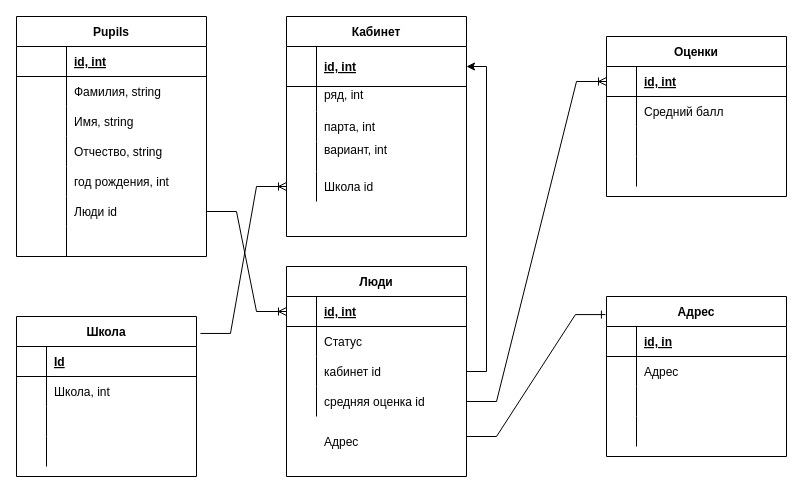
Before: workshop1/BaseDate.drawio in AbubakirovRA/Base_Data, a draw.io diagram. Source tidied: cells renumbered, new cells numbered last; positions are measured from the earlier drawing's top-left corner, leaving out a move shared by most shapes. Both pictures are drawn from the tidied source at 100%, with x=0, y=0 at pixel (16, 16).
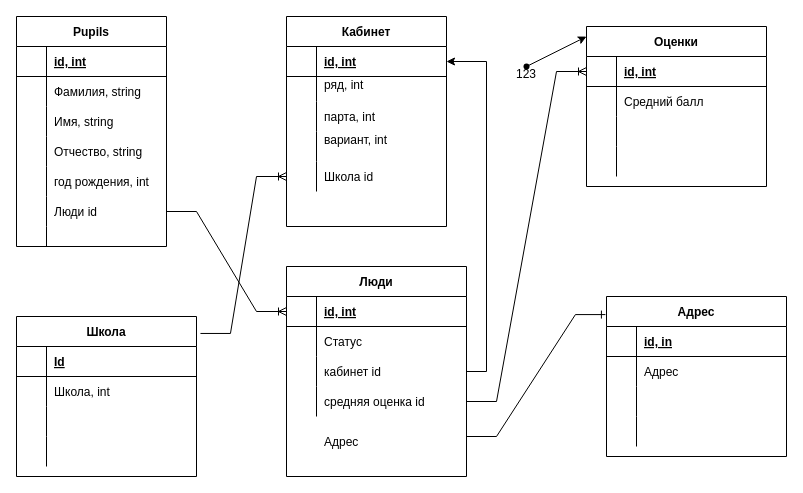
The same page after the edit.

The edit, as a diff of the source:
```diff
@@
     <mxCell id="2" value="Кабинет" style="shape=table;startSize=30;childLayout=tableLayout;rowLines=0;fontStyle=1;align=center;" parent="1" vertex="1">
-      <mxGeometry x="270" width="180" height="220" as="geometry" />
+      <mxGeometry x="270" width="160" height="210" as="geometry" />
     </mxCell>
     <mxCell id="3" style="shape=partialRectangle;fillColor=none;top=0;left=0;bottom=1;right=0;points=[[0,0.5],[1,0.5]];portConstraint=eastwest;" parent="2" vertex="1">
-      <mxGeometry y="30" width="180" height="40" as="geometry" />
+      <mxGeometry y="30" width="160" height="30" as="geometry" />
     </mxCell>
     <mxCell id="4" style="shape=partialRectangle;fillColor=none;top=0;left=0;bottom=0;right=0;fontStyle=1;overflow=hidden;" parent="3" vertex="1">
-      <mxGeometry width="30" height="40" as="geometry" />
+      <mxGeometry width="30" height="30" as="geometry" />
     </mxCell>
     <mxCell id="5" value="id, int" style="shape=partialRectangle;fillColor=none;top=0;left=0;bottom=0;right=0;align=left;spacingLeft=6;fontStyle=5;overflow=hidden;" parent="3" vertex="1">
-      <mxGeometry x="30" width="150" height="40" as="geometry" />
+      <mxGeometry x="30" width="130" height="30" as="geometry" />
     </mxCell>
     <mxCell id="6" style="shape=partialRectangle;fillColor=none;top=0;left=0;bottom=0;right=0;" parent="2" vertex="1">
-      <mxGeometry y="70" width="180" height="25" as="geometry" />
+      <mxGeometry y="60" width="160" height="25" as="geometry" />
     </mxCell>
@@
     <mxCell id="8" value="ряд, int&#10;" style="shape=partialRectangle;fillColor=none;top=0;left=0;bottom=0;right=0;align=left;spacingLeft=6;overflow=hidden;" parent="6" vertex="1">
-      <mxGeometry x="30" width="150" height="25" as="geometry" />
+      <mxGeometry x="30" width="130" height="25" as="geometry" />
     </mxCell>
     <mxCell id="9" style="shape=partialRectangle;fillColor=none;top=0;left=0;bottom=0;right=0;" parent="2" vertex="1">
-      <mxGeometry y="95" width="180" height="30" as="geometry" />
+      <mxGeometry y="85" width="160" height="30" as="geometry" />
     </mxCell>
@@
     <mxCell id="11" value="парта, int" style="shape=partialRectangle;fillColor=none;top=0;left=0;bottom=0;right=0;align=left;spacingLeft=6;overflow=hidden;" parent="9" vertex="1">
-      <mxGeometry x="30" width="150" height="30" as="geometry" />
+      <mxGeometry x="30" width="130" height="30" as="geometry" />
     </mxCell>
     <mxCell id="12" style="shape=partialRectangle;fillColor=none;top=0;left=0;bottom=0;right=0;" parent="2" vertex="1">
-      <mxGeometry y="125" width="180" height="30" as="geometry" />
+      <mxGeometry y="115" width="160" height="30" as="geometry" />
     </mxCell>
@@
     <mxCell id="14" value=" вариант, int&#10;" style="shape=partialRectangle;fillColor=none;top=0;left=0;bottom=0;right=0;align=left;spacingLeft=6;overflow=hidden;" parent="12" vertex="1">
-      <mxGeometry x="30" width="150" height="30" as="geometry" />
+      <mxGeometry x="30" width="130" height="30" as="geometry" />
     </mxCell>
     <mxCell id="15" style="shape=partialRectangle;fillColor=none;top=0;left=0;bottom=0;right=0;points=[[0,0.5],[1,0.5]];portConstraint=eastwest;" parent="2" vertex="1">
-      <mxGeometry y="155" width="180" height="30" as="geometry" />
+      <mxGeometry y="145" width="160" height="30" as="geometry" />
     </mxCell>
@@
     <mxCell id="17" value="Школа id" style="shape=partialRectangle;fillColor=none;top=0;left=0;bottom=0;right=0;align=left;spacingLeft=6;overflow=hidden;" parent="15" vertex="1">
-      <mxGeometry x="30" width="150" height="30" as="geometry" />
+      <mxGeometry x="30" width="130" height="30" as="geometry" />
     </mxCell>
@@
     <mxCell id="19" value="Pupils" style="shape=table;startSize=30;childLayout=tableLayout;rowLines=0;fontStyle=1;align=center;" parent="1" vertex="1">
-      <mxGeometry width="190" height="240" as="geometry" />
+      <mxGeometry width="150" height="230" as="geometry" />
     </mxCell>
     <mxCell id="20" style="shape=partialRectangle;fillColor=none;top=0;left=0;bottom=1;right=0;" parent="19" vertex="1">
-      <mxGeometry y="30" width="190" height="30" as="geometry" />
+      <mxGeometry y="30" width="150" height="30" as="geometry" />
     </mxCell>
     <mxCell id="21" style="shape=partialRectangle;fillColor=none;top=0;left=0;bottom=0;right=0;fontStyle=1;overflow=hidden;" parent="20" vertex="1">
-      <mxGeometry width="50" height="30" as="geometry" />
+      <mxGeometry width="30" height="30" as="geometry" />
     </mxCell>
     <mxCell id="22" value="id, int" style="shape=partialRectangle;fillColor=none;top=0;left=0;bottom=0;right=0;align=left;spacingLeft=6;fontStyle=5;overflow=hidden;" parent="20" vertex="1">
-      <mxGeometry x="50" width="140" height="30" as="geometry" />
+      <mxGeometry x="30" width="120" height="30" as="geometry" />
     </mxCell>
     <mxCell id="23" style="shape=partialRectangle;fillColor=none;top=0;left=0;bottom=0;right=0;" parent="19" vertex="1">
-      <mxGeometry y="60" width="190" height="30" as="geometry" />
+      <mxGeometry y="60" width="150" height="30" as="geometry" />
     </mxCell>
     <mxCell id="24" style="shape=partialRectangle;fillColor=none;top=0;left=0;bottom=0;right=0;overflow=hidden;" parent="23" vertex="1">
-      <mxGeometry width="50" height="30" as="geometry" />
+      <mxGeometry width="30" height="30" as="geometry" />
     </mxCell>
     <mxCell id="25" value="Фамилия, string" style="shape=partialRectangle;fillColor=none;top=0;left=0;bottom=0;right=0;align=left;spacingLeft=6;overflow=hidden;" parent="23" vertex="1">
-      <mxGeometry x="50" width="140" height="30" as="geometry" />
+      <mxGeometry x="30" width="120" height="30" as="geometry" />
     </mxCell>
     <mxCell id="26" style="shape=partialRectangle;fillColor=none;top=0;left=0;bottom=0;right=0;" parent="19" vertex="1">
-      <mxGeometry y="90" width="190" height="30" as="geometry" />
+      <mxGeometry y="90" width="150" height="30" as="geometry" />
     </mxCell>
     <mxCell id="27" style="shape=partialRectangle;fillColor=none;top=0;left=0;bottom=0;right=0;overflow=hidden;" parent="26" vertex="1">
-      <mxGeometry width="50" height="30" as="geometry" />
+      <mxGeometry width="30" height="30" as="geometry" />
     </mxCell>
     <mxCell id="28" value="Имя, string" style="shape=partialRectangle;fillColor=none;top=0;left=0;bottom=0;right=0;align=left;spacingLeft=6;overflow=hidden;" parent="26" vertex="1">
-      <mxGeometry x="50" width="140" height="30" as="geometry" />
+      <mxGeometry x="30" width="120" height="30" as="geometry" />
     </mxCell>
     <mxCell id="29" style="shape=partialRectangle;fillColor=none;top=0;left=0;bottom=0;right=0;" parent="19" vertex="1">
-      <mxGeometry y="120" width="190" height="30" as="geometry" />
+      <mxGeometry y="120" width="150" height="30" as="geometry" />
     </mxCell>
     <mxCell id="30" style="shape=partialRectangle;fillColor=none;top=0;left=0;bottom=0;right=0;overflow=hidden;" parent="29" vertex="1">
-      <mxGeometry width="50" height="30" as="geometry" />
+      <mxGeometry width="30" height="30" as="geometry" />
     </mxCell>
     <mxCell id="31" value="Отчество, string" style="shape=partialRectangle;fillColor=none;top=0;left=0;bottom=0;right=0;align=left;spacingLeft=6;overflow=hidden;" parent="29" vertex="1">
-      <mxGeometry x="50" width="140" height="30" as="geometry" />
+      <mxGeometry x="30" width="120" height="30" as="geometry" />
     </mxCell>
     <mxCell id="32" style="shape=partialRectangle;fillColor=none;top=0;left=0;bottom=0;right=0;" parent="19" vertex="1">
-      <mxGeometry y="150" width="190" height="30" as="geometry" />
+      <mxGeometry y="150" width="150" height="30" as="geometry" />
     </mxCell>
     <mxCell id="33" style="shape=partialRectangle;fillColor=none;top=0;left=0;bottom=0;right=0;overflow=hidden;" parent="32" vertex="1">
-      <mxGeometry width="50" height="30" as="geometry" />
+      <mxGeometry width="30" height="30" as="geometry" />
     </mxCell>
     <mxCell id="34" value="год рождения, int" style="shape=partialRectangle;fillColor=none;top=0;left=0;bottom=0;right=0;align=left;spacingLeft=6;overflow=hidden;" parent="32" vertex="1">
-      <mxGeometry x="50" width="140" height="30" as="geometry" />
+      <mxGeometry x="30" width="120" height="30" as="geometry" />
     </mxCell>
     <mxCell id="35" style="shape=partialRectangle;fillColor=none;top=0;left=0;bottom=0;right=0;points=[[0,0.5],[1,0.5]];portConstraint=eastwest;" parent="19" vertex="1">
-      <mxGeometry y="180" width="190" height="30" as="geometry" />
+      <mxGeometry y="180" width="150" height="30" as="geometry" />
     </mxCell>
     <mxCell id="36" style="shape=partialRectangle;fillColor=none;top=0;left=0;bottom=0;right=0;overflow=hidden;" parent="35" vertex="1">
-      <mxGeometry width="50" height="30" as="geometry" />
+      <mxGeometry width="30" height="30" as="geometry" />
     </mxCell>
     <mxCell id="37" value="Люди id" style="shape=partialRectangle;fillColor=none;top=0;left=0;bottom=0;right=0;align=left;spacingLeft=6;overflow=hidden;" parent="35" vertex="1">
-      <mxGeometry x="50" width="140" height="30" as="geometry" />
+      <mxGeometry x="30" width="120" height="30" as="geometry" />
     </mxCell>
     <mxCell id="38" style="shape=partialRectangle;fillColor=none;top=0;left=0;bottom=0;right=0;" parent="19" vertex="1">
-      <mxGeometry y="210" width="190" height="30" as="geometry" />
+      <mxGeometry y="210" width="150" height="20" as="geometry" />
     </mxCell>
     <mxCell id="39" style="shape=partialRectangle;fillColor=none;top=0;left=0;bottom=0;right=0;overflow=hidden;" parent="38" vertex="1">
-      <mxGeometry width="50" height="30" as="geometry" />
+      <mxGeometry width="30" height="20" as="geometry" />
     </mxCell>
     <mxCell id="40" style="shape=partialRectangle;fillColor=none;top=0;left=0;bottom=0;right=0;align=left;spacingLeft=6;overflow=hidden;" parent="38" vertex="1">
-      <mxGeometry x="50" width="140" height="30" as="geometry" />
+      <mxGeometry x="30" width="120" height="20" as="geometry" />
     </mxCell>
     <mxCell id="41" value="Оценки" style="shape=table;startSize=30;childLayout=tableLayout;rowLines=0;fontStyle=1;align=center;" parent="1" vertex="1">
-      <mxGeometry x="590" y="20" width="180" height="160" as="geometry" />
+      <mxGeometry x="570" y="10" width="180" height="160" as="geometry" />
     </mxCell>
@@
+    <mxCell id="104" style="edgeStyle=none;html=1;entryX=0;entryY=0.063;entryDx=0;entryDy=0;entryPerimeter=0;" parent="1" edge="1" source="105" target="41">
+      <mxGeometry relative="1" as="geometry" />
+    </mxCell>
+    <mxCell id="105" value="&#10;123" style="shape=waypoint;sketch=0;size=6;points=[];fillColor=none;perimeter=centerPerimeter;snapToPoint=1;" parent="1" vertex="1">
+      <mxGeometry x="490" y="30" width="40" height="40" as="geometry" />
+    </mxCell>
```
